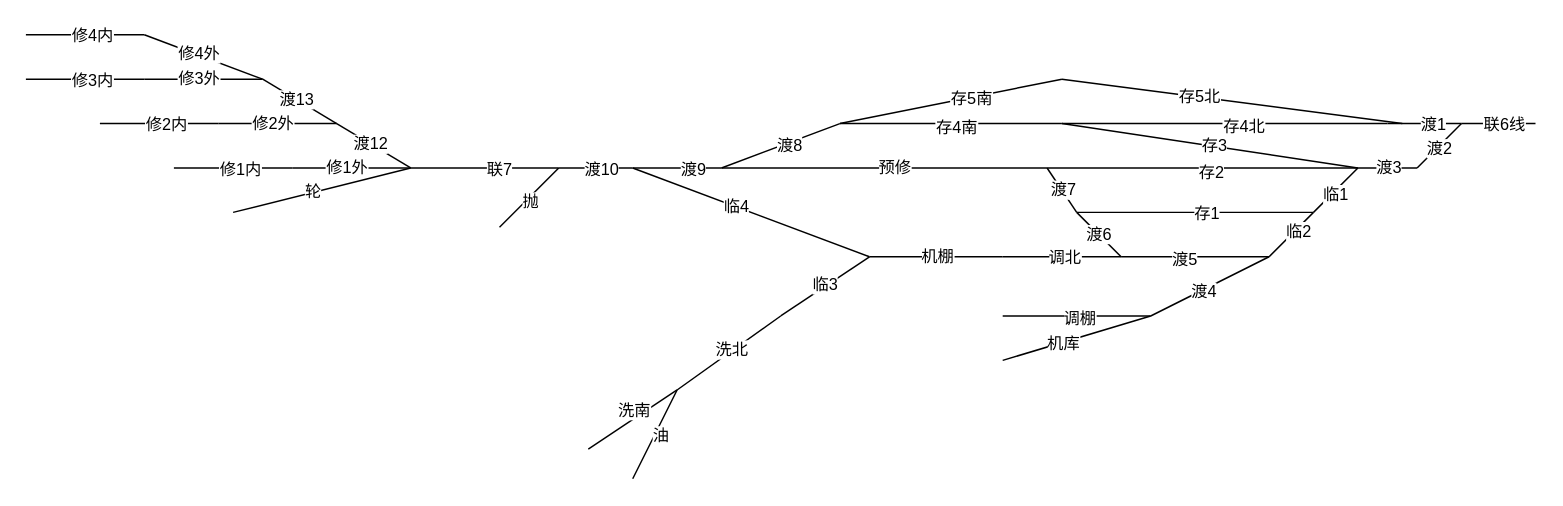
The draw.io diagram 现场布局图.drawio in yaoqih/train_cal, before the edit. Source tidied: cells renumbered, new cells numbered last; positions are measured from the earlier drawing's top-left corner, leaving out a move shared by most shapes. Both pictures are drawn from the tidied source at 148%, with x=0, y=0 at pixel (25, 34).
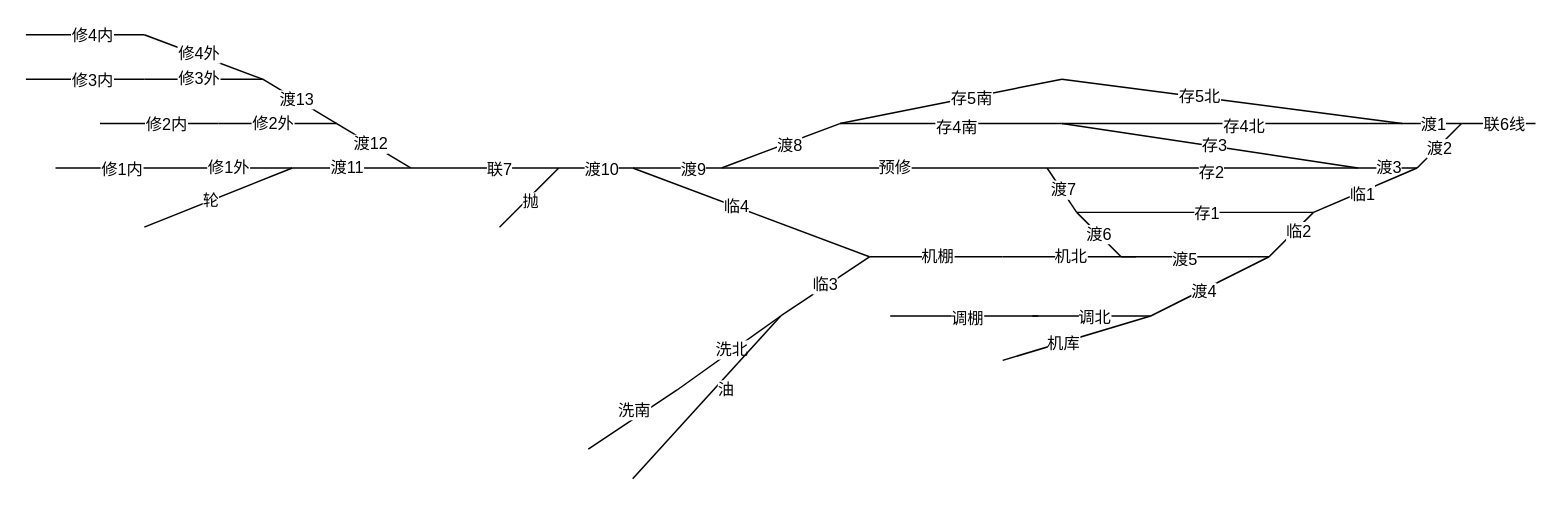
The same diagram, later.

Diff of the diagram source:
```diff
@@
     <mxCell id="10" style="endArrow=none;html=1;rounded=0;" parent="1" edge="1">
       <mxGeometry relative="1" as="geometry">
         <mxPoint x="870" y="120" as="sourcePoint" />
-        <mxPoint x="900" y="90" as="targetPoint" />
+        <mxPoint x="940" y="90" as="targetPoint" />
       </mxGeometry>
     </mxCell>
@@
     <mxCell id="20" style="endArrow=none;html=1;rounded=0;" parent="1" edge="1">
       <mxGeometry relative="1" as="geometry">
-        <mxPoint x="660" y="190" as="sourcePoint" />
-        <mxPoint x="760" y="190" as="targetPoint" />
+        <mxPoint x="584" y="190" as="sourcePoint" />
+        <mxPoint x="684" y="190" as="targetPoint" />
       </mxGeometry>
     </mxCell>
@@
     <mxCell id="24" style="endArrow=none;html=1;rounded=0;" parent="1" edge="1">
       <mxGeometry relative="1" as="geometry">
-        <mxPoint x="660" y="150" as="sourcePoint" />
-        <mxPoint x="740" y="150" as="targetPoint" />
+        <mxPoint x="680" y="190" as="sourcePoint" />
+        <mxPoint x="760" y="190" as="targetPoint" />
       </mxGeometry>
     </mxCell>
@@
     <mxCell id="56" style="endArrow=none;html=1;rounded=0;" parent="1" edge="1">
       <mxGeometry relative="1" as="geometry">
         <mxPoint x="410" y="300" as="sourcePoint" />
-        <mxPoint x="440" y="240" as="targetPoint" />
+        <mxPoint x="510" y="190" as="targetPoint" />
       </mxGeometry>
     </mxCell>
@@
     <mxCell id="82" style="endArrow=none;html=1;rounded=0;" parent="1" edge="1">
       <mxGeometry relative="1" as="geometry">
-        <mxPoint x="100" y="90" as="sourcePoint" />
-        <mxPoint x="180" y="90" as="targetPoint" />
+        <mxPoint x="20" y="90" as="sourcePoint" />
+        <mxPoint x="100" y="90" as="targetPoint" />
       </mxGeometry>
     </mxCell>
@@
     <mxCell id="84" style="endArrow=none;html=1;rounded=0;" parent="1" edge="1">
       <mxGeometry relative="1" as="geometry">
-        <mxPoint x="180" y="90" as="sourcePoint" />
-        <mxPoint x="260" y="90" as="targetPoint" />
+        <mxPoint x="100" y="90" as="sourcePoint" />
+        <mxPoint x="180" y="90" as="targetPoint" />
       </mxGeometry>
     </mxCell>
@@
     <mxCell id="86" style="endArrow=none;html=1;rounded=0;" parent="1" edge="1">
       <mxGeometry relative="1" as="geometry">
-        <mxPoint x="140" y="120" as="sourcePoint" />
-        <mxPoint x="260" y="90" as="targetPoint" />
+        <mxPoint x="80" y="130" as="sourcePoint" />
+        <mxPoint x="180" y="90" as="targetPoint" />
       </mxGeometry>
     </mxCell>
@@
+    <mxCell id="88" style="endArrow=none;html=1;rounded=0;" parent="1" edge="1">
+      <mxGeometry relative="1" as="geometry">
+        <mxPoint x="660" y="150" as="sourcePoint" />
+        <mxPoint x="750" y="150" as="targetPoint" />
+      </mxGeometry>
+    </mxCell>
+    <mxCell id="89" value="机北" style="edgeLabel;html=1;align=center;verticalAlign=middle;" parent="88" vertex="1">
+      <mxGeometry y="1" relative="1" as="geometry" />
+    </mxCell>
+    <mxCell id="90" style="endArrow=none;html=1;rounded=0;" parent="1" edge="1">
+      <mxGeometry relative="1" as="geometry">
+        <mxPoint x="180" y="90" as="sourcePoint" />
+        <mxPoint x="260" y="90" as="targetPoint" />
+      </mxGeometry>
+    </mxCell>
+    <mxCell id="91" value="渡11" style="edgeLabel;html=1;align=center;verticalAlign=middle;" parent="90" vertex="1">
+      <mxGeometry x="-0.09" y="1" relative="1" as="geometry" />
+    </mxCell>
```
